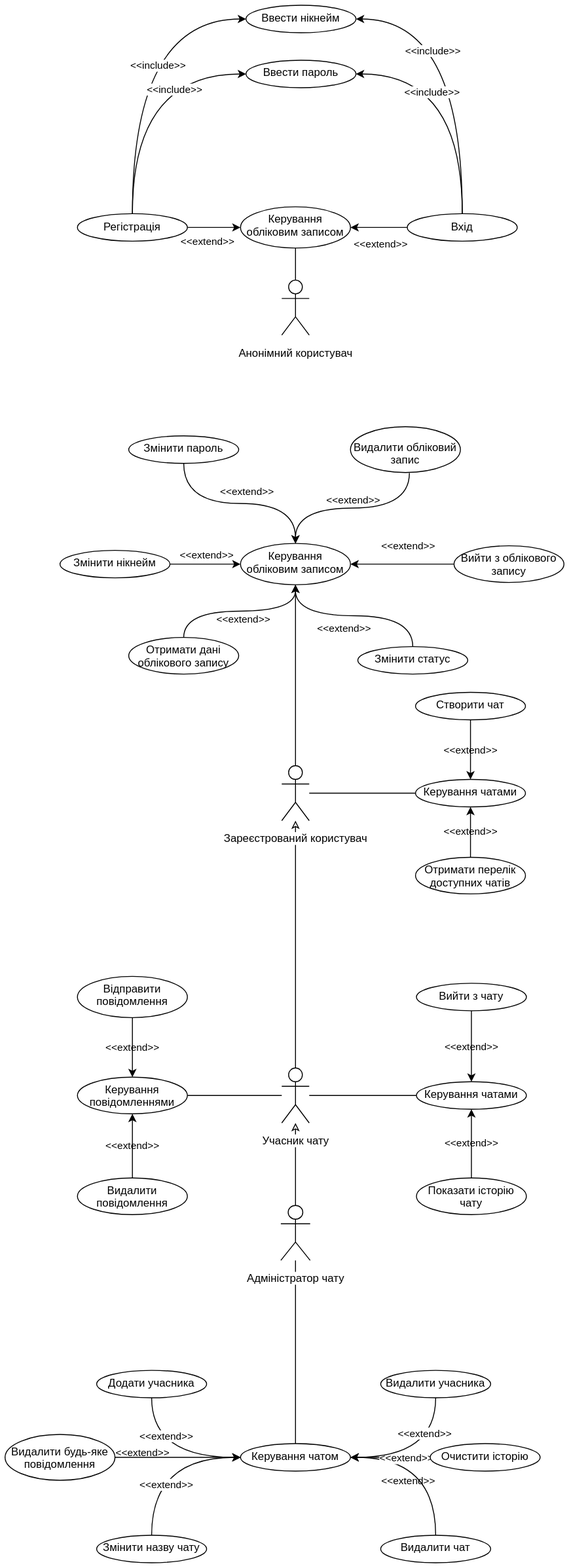
This is lab/img/Precedent_Diagram.svg from Aikmiros/Dotnet-labs, a draw.io export, as it was before one commit. Source tidied: cells renumbered, new cells last; positions are measured from the earlier drawing's top-left corner, leaving out a move shared by most shapes.
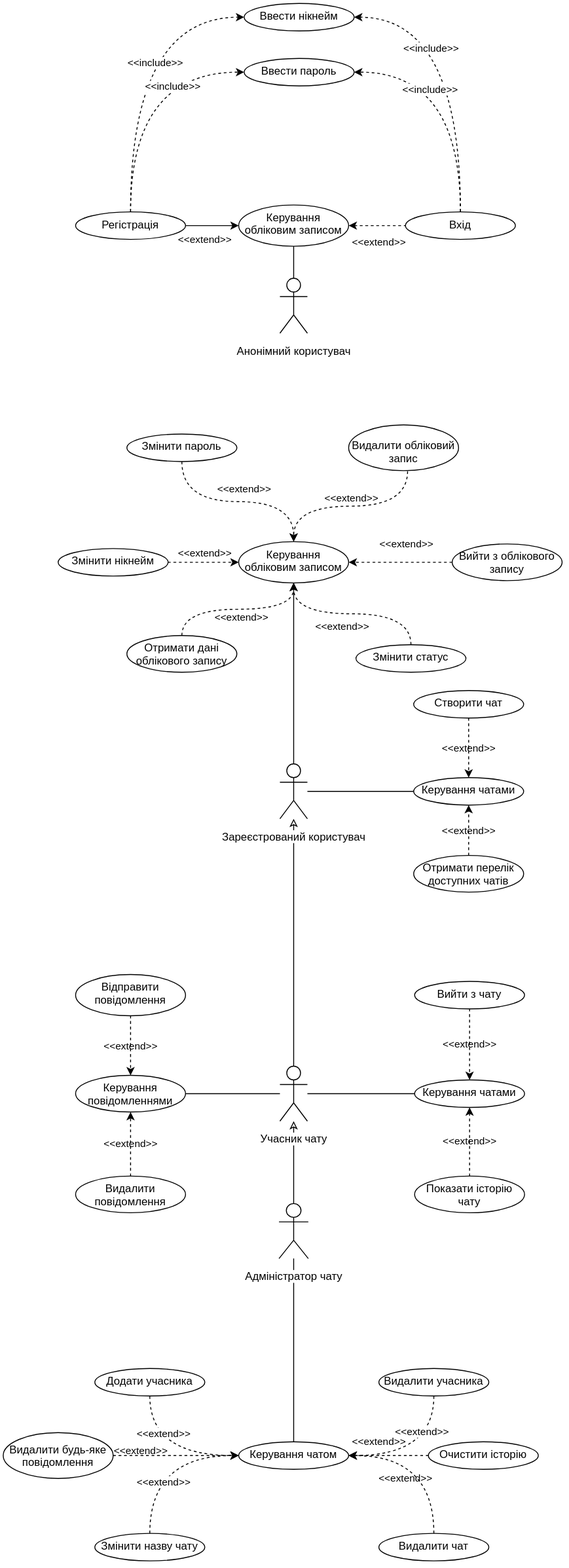
Above is the later version.

Commit message:
Update precedent diagram

Diff of the diagram source:
```diff
@@ -7,3 +7,3 @@
     </mxCell>
-    <mxCell id="3" style="edgeStyle=orthogonalEdgeStyle;rounded=0;jettySize=auto;html=1;curved=1;entryX=1;entryY=0.5;entryDx=0;entryDy=0;exitX=0;exitY=0.5;exitDx=0;exitDy=0;" parent="1" edge="1" source="53" target="74">
+    <mxCell id="3" style="edgeStyle=orthogonalEdgeStyle;rounded=0;jettySize=auto;html=1;curved=1;entryX=1;entryY=0.5;entryDx=0;entryDy=0;exitX=0;exitY=0.5;exitDx=0;exitDy=0;dashed=1;" parent="1" edge="1" source="53" target="74">
       <mxGeometry relative="1" as="geometry" />
@@ -18,3 +18,3 @@
     </mxCell>
-    <mxCell id="6" style="edgeStyle=orthogonalEdgeStyle;rounded=0;jettySize=auto;html=1;curved=1;exitX=0.5;exitY=1;exitDx=0;exitDy=0;" parent="1" edge="1" source="9" target="57">
+    <mxCell id="6" style="edgeStyle=orthogonalEdgeStyle;rounded=0;jettySize=auto;html=1;curved=1;exitX=0.5;exitY=1;exitDx=0;exitDy=0;dashed=1;" parent="1" edge="1" source="9" target="57">
       <mxGeometry relative="1" as="geometry" />
@@ -41,3 +41,3 @@
     </mxCell>
-    <mxCell id="13" value="&#10;&#10;&lt;span style=&quot;color: rgb(0, 0, 0); font-family: helvetica; font-size: 11px; font-style: normal; font-weight: 400; letter-spacing: normal; text-align: center; text-indent: 0px; text-transform: none; word-spacing: 0px; display: inline; float: none;&quot;&gt;&amp;lt;&amp;lt;extend&amp;gt;&amp;gt;&lt;/span&gt;&#10;&#10;" style="edgeStyle=orthogonalEdgeStyle;rounded=0;jettySize=auto;html=1;curved=1;exitX=0.5;exitY=0;exitDx=0;exitDy=0;entryX=0.5;entryY=1;entryDx=0;entryDy=0;labelBackgroundColor=none;" parent="1" edge="1" source="14" target="57">
+    <mxCell id="13" value="&#10;&#10;&lt;span style=&quot;color: rgb(0, 0, 0); font-family: helvetica; font-size: 11px; font-style: normal; font-weight: 400; letter-spacing: normal; text-align: center; text-indent: 0px; text-transform: none; word-spacing: 0px; display: inline; float: none;&quot;&gt;&amp;lt;&amp;lt;extend&amp;gt;&amp;gt;&lt;/span&gt;&#10;&#10;" style="edgeStyle=orthogonalEdgeStyle;rounded=0;jettySize=auto;html=1;curved=1;exitX=0.5;exitY=0;exitDx=0;exitDy=0;entryX=0.5;entryY=1;entryDx=0;entryDy=0;labelBackgroundColor=none;dashed=1;" parent="1" edge="1" source="14" target="57">
       <mxGeometry x="0.11" y="14" relative="1" as="geometry" />
@@ -47,3 +47,3 @@
     </mxCell>
-    <mxCell id="15" value="&#10;&#10;&lt;span style=&quot;color: rgb(0, 0, 0); font-family: helvetica; font-size: 11px; font-style: normal; font-weight: 400; letter-spacing: normal; text-align: center; text-indent: 0px; text-transform: none; word-spacing: 0px; display: inline; float: none;&quot;&gt;&amp;lt;&amp;lt;extend&amp;gt;&amp;gt;&lt;/span&gt;&#10;&#10;" style="edgeStyle=orthogonalEdgeStyle;rounded=0;jettySize=auto;html=1;exitX=1;exitY=0.5;exitDx=0;exitDy=0;curved=1;entryX=0;entryY=0.5;entryDx=0;entryDy=0;labelBackgroundColor=none;" parent="1" edge="1" source="16" target="57">
+    <mxCell id="15" value="&#10;&#10;&lt;span style=&quot;color: rgb(0, 0, 0); font-family: helvetica; font-size: 11px; font-style: normal; font-weight: 400; letter-spacing: normal; text-align: center; text-indent: 0px; text-transform: none; word-spacing: 0px; display: inline; float: none;&quot;&gt;&amp;lt;&amp;lt;extend&amp;gt;&amp;gt;&lt;/span&gt;&#10;&#10;" style="edgeStyle=orthogonalEdgeStyle;rounded=0;jettySize=auto;html=1;exitX=1;exitY=0.5;exitDx=0;exitDy=0;curved=1;entryX=0;entryY=0.5;entryDx=0;entryDy=0;labelBackgroundColor=none;dashed=1;" parent="1" edge="1" source="16" target="57">
       <mxGeometry x="0.04" y="10" relative="1" as="geometry" />
@@ -53,3 +53,3 @@
     </mxCell>
-    <mxCell id="17" value="&#10;&#10;&lt;span style=&quot;color: rgb(0, 0, 0); font-family: helvetica; font-size: 11px; font-style: normal; font-weight: 400; letter-spacing: normal; text-align: center; text-indent: 0px; text-transform: none; word-spacing: 0px; display: inline; float: none;&quot;&gt;&amp;lt;&amp;lt;extend&amp;gt;&amp;gt;&lt;/span&gt;&#10;&#10;" style="edgeStyle=orthogonalEdgeStyle;rounded=0;jettySize=auto;html=1;curved=1;entryX=0.5;entryY=0;entryDx=0;entryDy=0;exitX=0.536;exitY=1.011;exitDx=0;exitDy=0;exitPerimeter=0;labelBackgroundColor=none;" parent="1" edge="1" source="18" target="57">
+    <mxCell id="17" value="&#10;&#10;&lt;span style=&quot;color: rgb(0, 0, 0); font-family: helvetica; font-size: 11px; font-style: normal; font-weight: 400; letter-spacing: normal; text-align: center; text-indent: 0px; text-transform: none; word-spacing: 0px; display: inline; float: none;&quot;&gt;&amp;lt;&amp;lt;extend&amp;gt;&amp;gt;&lt;/span&gt;&#10;&#10;" style="edgeStyle=orthogonalEdgeStyle;rounded=0;jettySize=auto;html=1;curved=1;entryX=0.5;entryY=0;entryDx=0;entryDy=0;exitX=0.536;exitY=1.011;exitDx=0;exitDy=0;exitPerimeter=0;labelBackgroundColor=none;dashed=1;" parent="1" edge="1" source="18" target="57">
       <mxGeometry x="-0.01" y="-9" relative="1" as="geometry" />
@@ -78,3 +78,3 @@
     </mxCell>
-    <mxCell id="23" value="&amp;lt;&amp;lt;extend&amp;gt;&amp;gt;" style="edgeStyle=orthogonalEdgeStyle;rounded=0;jettySize=auto;html=1;endArrow=none;endFill=0;exitX=1;exitY=0.5;exitDx=0;exitDy=0;curved=1;startArrow=classic;startFill=1;" parent="1" edge="1" source="76" target="24">
+    <mxCell id="23" value="&amp;lt;&amp;lt;extend&amp;gt;&amp;gt;" style="edgeStyle=orthogonalEdgeStyle;rounded=0;jettySize=auto;html=1;endArrow=none;endFill=0;exitX=1;exitY=0.5;exitDx=0;exitDy=0;curved=1;startArrow=classic;startFill=1;dashed=1;" parent="1" edge="1" source="76" target="24">
       <mxGeometry x="0.06" y="-17" relative="1" as="geometry">
@@ -86,3 +86,3 @@
     </mxCell>
-    <mxCell id="25" value="&#10;&#10;&lt;span style=&quot;color: rgb(0, 0, 0); font-family: helvetica; font-size: 11px; font-style: normal; font-weight: 400; letter-spacing: normal; text-align: center; text-indent: 0px; text-transform: none; word-spacing: 0px; display: inline; float: none;&quot;&gt;&amp;lt;&amp;lt;extend&amp;gt;&amp;gt;&lt;/span&gt;&#10;&#10;" style="edgeStyle=orthogonalEdgeStyle;rounded=0;jettySize=auto;html=1;curved=1;exitX=0.5;exitY=0;exitDx=0;exitDy=0;entryX=0.5;entryY=1;entryDx=0;entryDy=0;labelBackgroundColor=none;" parent="1" edge="1" source="26" target="59">
+    <mxCell id="25" value="&#10;&#10;&lt;span style=&quot;color: rgb(0, 0, 0); font-family: helvetica; font-size: 11px; font-style: normal; font-weight: 400; letter-spacing: normal; text-align: center; text-indent: 0px; text-transform: none; word-spacing: 0px; display: inline; float: none;&quot;&gt;&amp;lt;&amp;lt;extend&amp;gt;&amp;gt;&lt;/span&gt;&#10;&#10;" style="edgeStyle=orthogonalEdgeStyle;rounded=0;jettySize=auto;html=1;curved=1;exitX=0.5;exitY=0;exitDx=0;exitDy=0;entryX=0.5;entryY=1;entryDx=0;entryDy=0;labelBackgroundColor=none;dashed=1;" parent="1" edge="1" source="26" target="59">
       <mxGeometry relative="1" as="geometry" />
@@ -92,3 +92,3 @@
     </mxCell>
-    <mxCell id="27" value="&#10;&#10;&lt;span style=&quot;color: rgb(0, 0, 0); font-family: helvetica; font-size: 11px; font-style: normal; font-weight: 400; letter-spacing: normal; text-align: center; text-indent: 0px; text-transform: none; word-spacing: 0px; display: inline; float: none;&quot;&gt;&amp;lt;&amp;lt;extend&amp;gt;&amp;gt;&lt;/span&gt;&#10;&#10;" style="edgeStyle=orthogonalEdgeStyle;rounded=0;jettySize=auto;html=1;curved=1;exitX=0.5;exitY=0;exitDx=0;exitDy=0;labelBackgroundColor=none;" parent="1" edge="1" source="28" target="57">
+    <mxCell id="27" value="&#10;&#10;&lt;span style=&quot;color: rgb(0, 0, 0); font-family: helvetica; font-size: 11px; font-style: normal; font-weight: 400; letter-spacing: normal; text-align: center; text-indent: 0px; text-transform: none; word-spacing: 0px; display: inline; float: none;&quot;&gt;&amp;lt;&amp;lt;extend&amp;gt;&amp;gt;&lt;/span&gt;&#10;&#10;" style="edgeStyle=orthogonalEdgeStyle;rounded=0;jettySize=auto;html=1;curved=1;exitX=0.5;exitY=0;exitDx=0;exitDy=0;labelBackgroundColor=none;dashed=1;" parent="1" edge="1" source="28" target="57">
       <mxGeometry x="0.04" y="-9" relative="1" as="geometry" />
@@ -98,3 +98,3 @@
     </mxCell>
-    <mxCell id="29" value="&#10;&#10;&lt;span style=&quot;color: rgb(0, 0, 0); font-family: helvetica; font-size: 11px; font-style: normal; font-weight: 400; letter-spacing: normal; text-align: center; text-indent: 0px; text-transform: none; word-spacing: 0px; display: inline; float: none;&quot;&gt;&amp;lt;&amp;lt;extend&amp;gt;&amp;gt;&lt;/span&gt;&#10;&#10;" style="edgeStyle=orthogonalEdgeStyle;rounded=0;jettySize=auto;html=1;curved=1;entryX=0.5;entryY=0;entryDx=0;entryDy=0;exitX=0.5;exitY=1;exitDx=0;exitDy=0;labelBackgroundColor=none;" parent="1" edge="1" source="30" target="61">
+    <mxCell id="29" value="&#10;&#10;&lt;span style=&quot;color: rgb(0, 0, 0); font-family: helvetica; font-size: 11px; font-style: normal; font-weight: 400; letter-spacing: normal; text-align: center; text-indent: 0px; text-transform: none; word-spacing: 0px; display: inline; float: none;&quot;&gt;&amp;lt;&amp;lt;extend&amp;gt;&amp;gt;&lt;/span&gt;&#10;&#10;" style="edgeStyle=orthogonalEdgeStyle;rounded=0;jettySize=auto;html=1;curved=1;entryX=0.5;entryY=0;entryDx=0;entryDy=0;exitX=0.5;exitY=1;exitDx=0;exitDy=0;labelBackgroundColor=none;dashed=1;" parent="1" edge="1" source="30" target="61">
       <mxGeometry relative="1" as="geometry" />
@@ -104,3 +104,3 @@
     </mxCell>
-    <mxCell id="31" value="&#10;&#10;&lt;span style=&quot;color: rgb(0, 0, 0); font-family: helvetica; font-size: 11px; font-style: normal; font-weight: 400; letter-spacing: normal; text-align: center; text-indent: 0px; text-transform: none; word-spacing: 0px; display: inline; float: none;&quot;&gt;&amp;lt;&amp;lt;extend&amp;gt;&amp;gt;&lt;/span&gt;&#10;&#10;" style="edgeStyle=orthogonalEdgeStyle;rounded=0;jettySize=auto;html=1;elbow=vertical;curved=1;exitX=0.5;exitY=0;exitDx=0;exitDy=0;entryX=0.5;entryY=1;entryDx=0;entryDy=0;labelBackgroundColor=none;" parent="1" edge="1" source="32" target="61">
+    <mxCell id="31" value="&#10;&#10;&lt;span style=&quot;color: rgb(0, 0, 0); font-family: helvetica; font-size: 11px; font-style: normal; font-weight: 400; letter-spacing: normal; text-align: center; text-indent: 0px; text-transform: none; word-spacing: 0px; display: inline; float: none;&quot;&gt;&amp;lt;&amp;lt;extend&amp;gt;&amp;gt;&lt;/span&gt;&#10;&#10;" style="edgeStyle=orthogonalEdgeStyle;rounded=0;jettySize=auto;html=1;elbow=vertical;curved=1;exitX=0.5;exitY=0;exitDx=0;exitDy=0;entryX=0.5;entryY=1;entryDx=0;entryDy=0;labelBackgroundColor=none;dashed=1;" parent="1" edge="1" source="32" target="61">
       <mxGeometry relative="1" as="geometry" />
@@ -110,3 +110,3 @@
     </mxCell>
-    <mxCell id="33" value="&#10;&#10;&lt;span style=&quot;color: rgb(0, 0, 0); font-family: helvetica; font-size: 11px; font-style: normal; font-weight: 400; letter-spacing: normal; text-align: center; text-indent: 0px; text-transform: none; word-spacing: 0px; display: inline; float: none;&quot;&gt;&amp;lt;&amp;lt;extend&amp;gt;&amp;gt;&lt;/span&gt;&#10;&#10;" style="edgeStyle=orthogonalEdgeStyle;rounded=0;jettySize=auto;html=1;curved=1;labelBackgroundColor=none;" parent="1" edge="1" source="34" target="63">
+    <mxCell id="33" value="&#10;&#10;&lt;span style=&quot;color: rgb(0, 0, 0); font-family: helvetica; font-size: 11px; font-style: normal; font-weight: 400; letter-spacing: normal; text-align: center; text-indent: 0px; text-transform: none; word-spacing: 0px; display: inline; float: none;&quot;&gt;&amp;lt;&amp;lt;extend&amp;gt;&amp;gt;&lt;/span&gt;&#10;&#10;" style="edgeStyle=orthogonalEdgeStyle;rounded=0;jettySize=auto;html=1;curved=1;labelBackgroundColor=none;dashed=1;" parent="1" edge="1" source="34" target="63">
       <mxGeometry relative="1" as="geometry" />
@@ -116,3 +116,3 @@
     </mxCell>
-    <mxCell id="35" value="&#10;&#10;&lt;span style=&quot;color: rgb(0, 0, 0); font-family: helvetica; font-size: 11px; font-style: normal; font-weight: 400; letter-spacing: normal; text-align: center; text-indent: 0px; text-transform: none; word-spacing: 0px; display: inline; float: none;&quot;&gt;&amp;lt;&amp;lt;extend&amp;gt;&amp;gt;&lt;/span&gt;&#10;&#10;" style="edgeStyle=orthogonalEdgeStyle;rounded=0;jettySize=auto;html=1;curved=1;entryX=0.5;entryY=0;entryDx=0;entryDy=0;exitX=0.5;exitY=1;exitDx=0;exitDy=0;labelBackgroundColor=none;" parent="1" edge="1" source="36" target="63">
+    <mxCell id="35" value="&#10;&#10;&lt;span style=&quot;color: rgb(0, 0, 0); font-family: helvetica; font-size: 11px; font-style: normal; font-weight: 400; letter-spacing: normal; text-align: center; text-indent: 0px; text-transform: none; word-spacing: 0px; display: inline; float: none;&quot;&gt;&amp;lt;&amp;lt;extend&amp;gt;&amp;gt;&lt;/span&gt;&#10;&#10;" style="edgeStyle=orthogonalEdgeStyle;rounded=0;jettySize=auto;html=1;curved=1;entryX=0.5;entryY=0;entryDx=0;entryDy=0;exitX=0.5;exitY=1;exitDx=0;exitDy=0;labelBackgroundColor=none;dashed=1;" parent="1" edge="1" source="36" target="63">
       <mxGeometry relative="1" as="geometry" />
@@ -122,3 +122,3 @@
     </mxCell>
-    <mxCell id="37" value="&#10;&#10;&lt;span style=&quot;color: rgb(0, 0, 0); font-family: helvetica; font-size: 11px; font-style: normal; font-weight: 400; letter-spacing: normal; text-align: center; text-indent: 0px; text-transform: none; word-spacing: 0px; display: inline; float: none;&quot;&gt;&amp;lt;&amp;lt;extend&amp;gt;&amp;gt;&lt;/span&gt;&#10;&#10;" style="edgeStyle=orthogonalEdgeStyle;rounded=0;jettySize=auto;html=1;curved=1;entryX=0.5;entryY=0;entryDx=0;entryDy=0;exitX=0.5;exitY=1;exitDx=0;exitDy=0;labelBackgroundColor=none;" parent="1" edge="1" source="38" target="59">
+    <mxCell id="37" value="&#10;&#10;&lt;span style=&quot;color: rgb(0, 0, 0); font-family: helvetica; font-size: 11px; font-style: normal; font-weight: 400; letter-spacing: normal; text-align: center; text-indent: 0px; text-transform: none; word-spacing: 0px; display: inline; float: none;&quot;&gt;&amp;lt;&amp;lt;extend&amp;gt;&amp;gt;&lt;/span&gt;&#10;&#10;" style="edgeStyle=orthogonalEdgeStyle;rounded=0;jettySize=auto;html=1;curved=1;entryX=0.5;entryY=0;entryDx=0;entryDy=0;exitX=0.5;exitY=1;exitDx=0;exitDy=0;labelBackgroundColor=none;dashed=1;" parent="1" edge="1" source="38" target="59">
       <mxGeometry relative="1" as="geometry" />
@@ -128,3 +128,3 @@
     </mxCell>
-    <mxCell id="39" value="&#10;&#10;&lt;span style=&quot;color: rgb(0, 0, 0); font-family: helvetica; font-size: 11px; font-style: normal; font-weight: 400; letter-spacing: normal; text-align: center; text-indent: 0px; text-transform: none; word-spacing: 0px; display: inline; float: none;&quot;&gt;&amp;lt;&amp;lt;extend&amp;gt;&amp;gt;&lt;/span&gt;&#10;&#10;" style="edgeStyle=orthogonalEdgeStyle;rounded=0;jettySize=auto;html=1;exitX=1;exitY=0.5;exitDx=0;exitDy=0;curved=1;entryX=0;entryY=0.5;entryDx=0;entryDy=0;labelBackgroundColor=none;" parent="1" edge="1" source="40" target="74">
+    <mxCell id="39" value="&#10;&#10;&lt;span style=&quot;color: rgb(0, 0, 0); font-family: helvetica; font-size: 11px; font-style: normal; font-weight: 400; letter-spacing: normal; text-align: center; text-indent: 0px; text-transform: none; word-spacing: 0px; display: inline; float: none;&quot;&gt;&amp;lt;&amp;lt;extend&amp;gt;&amp;gt;&lt;/span&gt;&#10;&#10;" style="edgeStyle=orthogonalEdgeStyle;rounded=0;jettySize=auto;html=1;exitX=1;exitY=0.5;exitDx=0;exitDy=0;curved=1;entryX=0;entryY=0.5;entryDx=0;entryDy=0;labelBackgroundColor=none;dashed=1;" parent="1" edge="1" source="40" target="74">
       <mxGeometry x="-0.56" y="5" relative="1" as="geometry" />
@@ -134,8 +134,8 @@
     </mxCell>
-    <mxCell id="41" style="edgeStyle=orthogonalEdgeStyle;rounded=0;jettySize=auto;html=1;curved=1;entryX=1;entryY=0.5;entryDx=0;entryDy=0;exitX=0.5;exitY=0;exitDx=0;exitDy=0;endArrow=classic;endFill=1;" parent="1" edge="1" source="43" target="74">
+    <mxCell id="41" style="edgeStyle=orthogonalEdgeStyle;rounded=0;jettySize=auto;html=1;curved=1;entryX=1;entryY=0.5;entryDx=0;entryDy=0;exitX=0.5;exitY=0;exitDx=0;exitDy=0;endArrow=classic;endFill=1;dashed=1;" parent="1" edge="1" source="43" target="74">
       <mxGeometry relative="1" as="geometry" />
     </mxCell>
-    <mxCell id="42" value="&amp;lt;&amp;lt;extend&amp;gt;&amp;gt;" style="edgeLabel;html=1;align=center;verticalAlign=middle;" parent="41" vertex="1">
+    <mxCell id="42" value="&amp;lt;&amp;lt;extend&amp;gt;&amp;gt;" style="edgeLabel;html=1;align=center;verticalAlign=middle;labelBackgroundColor=#FFFFFF;" parent="41" vertex="1">
       <mxGeometry x="-0.3" y="18" relative="1" as="geometry">
-        <mxPoint x="-15" y="-23" as="offset" />
+        <mxPoint x="-42" y="-38.3" as="offset" />
       </mxGeometry>
@@ -145,3 +145,3 @@
     </mxCell>
-    <mxCell id="44" style="edgeStyle=orthogonalEdgeStyle;rounded=0;jettySize=auto;html=1;curved=1;exitX=0.5;exitY=1;exitDx=0;exitDy=0;entryX=0;entryY=0.5;entryDx=0;entryDy=0;" parent="1" edge="1" source="46" target="74">
+    <mxCell id="44" style="edgeStyle=orthogonalEdgeStyle;rounded=0;jettySize=auto;html=1;curved=1;exitX=0.5;exitY=1;exitDx=0;exitDy=0;entryX=0;entryY=0.5;entryDx=0;entryDy=0;dashed=1;" parent="1" edge="1" source="46" target="74">
       <mxGeometry relative="1" as="geometry" />
@@ -154,3 +154,3 @@
     </mxCell>
-    <mxCell id="47" style="edgeStyle=orthogonalEdgeStyle;rounded=0;jettySize=auto;html=1;curved=1;entryX=1;entryY=0.5;entryDx=0;entryDy=0;exitX=0.5;exitY=1;exitDx=0;exitDy=0;" parent="1" edge="1" source="49" target="74">
+    <mxCell id="47" style="edgeStyle=orthogonalEdgeStyle;rounded=0;jettySize=auto;html=1;curved=1;entryX=1;entryY=0.5;entryDx=0;entryDy=0;exitX=0.5;exitY=1;exitDx=0;exitDy=0;dashed=1;" parent="1" edge="1" source="49" target="74">
       <mxGeometry relative="1" as="geometry" />
@@ -163,3 +163,3 @@
     </mxCell>
-    <mxCell id="50" style="edgeStyle=orthogonalEdgeStyle;rounded=0;jettySize=auto;html=1;curved=1;entryX=0;entryY=0.5;entryDx=0;entryDy=0;exitX=0.5;exitY=0;exitDx=0;exitDy=0;" parent="1" edge="1" source="52" target="74">
+    <mxCell id="50" style="edgeStyle=orthogonalEdgeStyle;rounded=0;jettySize=auto;html=1;curved=1;entryX=0;entryY=0.5;entryDx=0;entryDy=0;exitX=0.5;exitY=0;exitDx=0;exitDy=0;dashed=1;" parent="1" edge="1" source="52" target="74">
       <mxGeometry relative="1" as="geometry" />
@@ -175,3 +175,3 @@
     </mxCell>
-    <mxCell id="54" value="&#10;&#10;&lt;span style=&quot;color: rgb(0, 0, 0); font-family: helvetica; font-size: 11px; font-style: normal; font-weight: 400; letter-spacing: normal; text-align: center; text-indent: 0px; text-transform: none; word-spacing: 0px; display: inline; float: none;&quot;&gt;&amp;lt;&amp;lt;extend&amp;gt;&amp;gt;&lt;/span&gt;&#10;&#10;" style="edgeStyle=orthogonalEdgeStyle;rounded=0;jettySize=auto;html=1;curved=1;exitX=0;exitY=0.5;exitDx=0;exitDy=0;labelBackgroundColor=none;" parent="1" edge="1" source="55" target="57">
+    <mxCell id="54" value="&#10;&#10;&lt;span style=&quot;color: rgb(0, 0, 0); font-family: helvetica; font-size: 11px; font-style: normal; font-weight: 400; letter-spacing: normal; text-align: center; text-indent: 0px; text-transform: none; word-spacing: 0px; display: inline; float: none;&quot;&gt;&amp;lt;&amp;lt;extend&amp;gt;&amp;gt;&lt;/span&gt;&#10;&#10;" style="edgeStyle=orthogonalEdgeStyle;rounded=0;jettySize=auto;html=1;curved=1;exitX=0;exitY=0.5;exitDx=0;exitDy=0;labelBackgroundColor=none;dashed=1;" parent="1" edge="1" source="55" target="57">
       <mxGeometry x="-0.12" y="-20" relative="1" as="geometry" />
@@ -205,3 +205,3 @@
     </mxCell>
-    <mxCell id="64" style="edgeStyle=orthogonalEdgeStyle;rounded=0;jettySize=auto;html=1;exitX=0.5;exitY=0;exitDx=0;exitDy=0;entryX=0;entryY=0.5;entryDx=0;entryDy=0;curved=1;" parent="1" edge="1" source="22" target="66">
+    <mxCell id="64" style="edgeStyle=orthogonalEdgeStyle;rounded=0;jettySize=auto;html=1;exitX=0.5;exitY=0;exitDx=0;exitDy=0;entryX=0;entryY=0.5;entryDx=0;entryDy=0;curved=1;dashed=1;" parent="1" edge="1" source="22" target="66">
       <mxGeometry relative="1" as="geometry" />
@@ -214,3 +214,3 @@
     </mxCell>
-    <mxCell id="67" style="edgeStyle=orthogonalEdgeStyle;rounded=0;jettySize=auto;html=1;curved=1;entryX=0;entryY=0.5;entryDx=0;entryDy=0;exitX=0.5;exitY=0;exitDx=0;exitDy=0;" parent="1" edge="1" source="22" target="69">
+    <mxCell id="67" style="edgeStyle=orthogonalEdgeStyle;rounded=0;jettySize=auto;html=1;curved=1;entryX=0;entryY=0.5;entryDx=0;entryDy=0;exitX=0.5;exitY=0;exitDx=0;exitDy=0;dashed=1;" parent="1" edge="1" source="22" target="69">
       <mxGeometry relative="1" as="geometry" />
@@ -223,3 +223,3 @@
     </mxCell>
-    <mxCell id="70" style="edgeStyle=orthogonalEdgeStyle;rounded=0;jettySize=auto;html=1;curved=1;entryX=1;entryY=0.5;entryDx=0;entryDy=0;exitX=0.5;exitY=0;exitDx=0;exitDy=0;" parent="1" edge="1" source="24" target="66">
+    <mxCell id="70" style="edgeStyle=orthogonalEdgeStyle;rounded=0;jettySize=auto;html=1;curved=1;entryX=1;entryY=0.5;entryDx=0;entryDy=0;exitX=0.5;exitY=0;exitDx=0;exitDy=0;dashed=1;" parent="1" edge="1" source="24" target="66">
       <mxGeometry relative="1" as="geometry" />
@@ -229,3 +229,3 @@
     </mxCell>
-    <mxCell id="72" style="edgeStyle=orthogonalEdgeStyle;rounded=0;jettySize=auto;html=1;curved=1;entryX=1;entryY=0.5;entryDx=0;entryDy=0;exitX=0.5;exitY=0;exitDx=0;exitDy=0;" parent="1" edge="1" source="24" target="69">
+    <mxCell id="72" style="edgeStyle=orthogonalEdgeStyle;rounded=0;jettySize=auto;html=1;curved=1;entryX=1;entryY=0.5;entryDx=0;entryDy=0;exitX=0.5;exitY=0;exitDx=0;exitDy=0;dashed=1;" parent="1" edge="1" source="24" target="69">
       <mxGeometry relative="1" as="geometry" />
```
